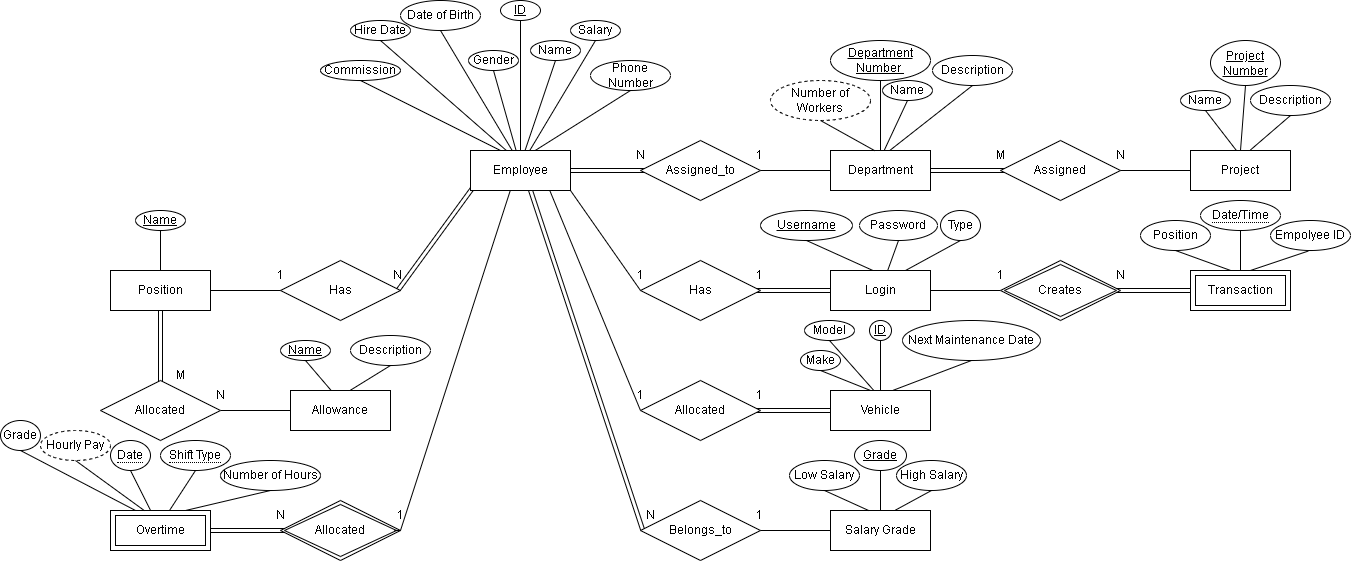
Above: Phase 1/ERD.drawio.png in AhmedElkhashn/DB-project (draw.io), before the change. Source tidied: cells renumbered, new cells last; positions are measured from the earlier drawing's top-left corner, leaving out a move shared by most shapes.
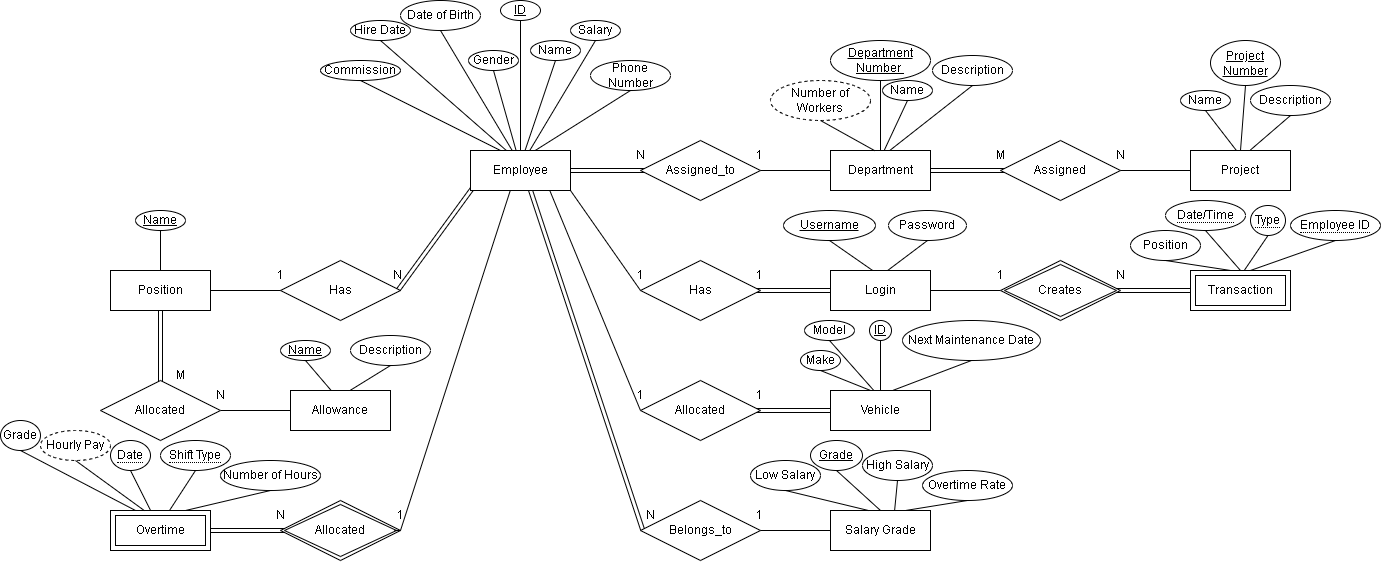
Later version of the same file.

Diff of the diagram source:
```diff
@@ -199,10 +199,10 @@
       <mxGeometry relative="1" as="geometry" />
     </mxCell>
     <mxCell id="62" value="Password" style="ellipse;whiteSpace=wrap;html=1;align=center;" parent="1" vertex="1">
-      <mxGeometry x="859" y="210" width="78" height="30" as="geometry" />
+      <mxGeometry x="888" y="210" width="78" height="30" as="geometry" />
     </mxCell>
     <mxCell id="63" value="Username" style="ellipse;whiteSpace=wrap;html=1;align=center;fontStyle=4;" parent="1" vertex="1">
-      <mxGeometry x="760" y="210" width="92" height="30" as="geometry" />
+      <mxGeometry x="783" y="210" width="92" height="30" as="geometry" />
     </mxCell>
     <mxCell id="64" style="endArrow=none;html=1;rounded=0;exitX=0.5;exitY=1;exitDx=0;exitDy=0;entryX=0.417;entryY=-0.008;entryDx=0;entryDy=0;entryPerimeter=0;" parent="1" edge="1" source="63" target="19">
       <mxGeometry relative="1" as="geometry" />
@@ -211,16 +211,16 @@
       <mxGeometry relative="1" as="geometry" />
     </mxCell>
     <mxCell id="66" value="Grade" style="ellipse;whiteSpace=wrap;html=1;align=center;fontStyle=4;" parent="1" vertex="1">
-      <mxGeometry x="854" y="440" width="52" height="30" as="geometry" />
+      <mxGeometry x="810" y="440" width="52" height="30" as="geometry" />
     </mxCell>
     <mxCell id="67" style="endArrow=none;html=1;rounded=0;exitX=0.5;exitY=1;exitDx=0;exitDy=0;entryX=0.5;entryY=0;entryDx=0;entryDy=0;" parent="1" edge="1" source="66" target="25">
       <mxGeometry relative="1" as="geometry" />
     </mxCell>
     <mxCell id="68" value="High Salary" style="ellipse;whiteSpace=wrap;html=1;align=center;" parent="1" vertex="1">
-      <mxGeometry x="896" y="460" width="70" height="30" as="geometry" />
+      <mxGeometry x="862" y="450" width="70" height="30" as="geometry" />
     </mxCell>
     <mxCell id="69" value="Low Salary" style="ellipse;whiteSpace=wrap;html=1;align=center;" parent="1" vertex="1">
-      <mxGeometry x="789" y="460" width="70" height="30" as="geometry" />
+      <mxGeometry x="750" y="460" width="70" height="30" as="geometry" />
     </mxCell>
     <mxCell id="70" style="endArrow=none;html=1;rounded=0;exitX=0.5;exitY=1;exitDx=0;exitDy=0;entryX=0.383;entryY=0.002;entryDx=0;entryDy=0;entryPerimeter=0;" parent="1" edge="1" source="69" target="25">
       <mxGeometry relative="1" as="geometry" />
@@ -250,14 +250,11 @@
         <mxPoint x="891.9" y="390.1" as="targetPoint" />
       </mxGeometry>
     </mxCell>
-    <mxCell id="78" value="Empolyee ID" style="ellipse;whiteSpace=wrap;html=1;align=center;" parent="1" vertex="1">
-      <mxGeometry x="1270" y="220" width="80" height="30" as="geometry" />
-    </mxCell>
     <mxCell id="79" value="Position" style="ellipse;whiteSpace=wrap;html=1;align=center;" parent="1" vertex="1">
-      <mxGeometry x="1140" y="220" width="70" height="30" as="geometry" />
+      <mxGeometry x="1130" y="230" width="70" height="30" as="geometry" />
     </mxCell>
     <mxCell id="80" value="&lt;span style=&quot;border-bottom: 1px dotted&quot;&gt;Date/Time&lt;/span&gt;" style="ellipse;whiteSpace=wrap;html=1;align=center;" parent="1" vertex="1">
-      <mxGeometry x="1200" y="200" width="80" height="30" as="geometry" />
+      <mxGeometry x="1165" y="200" width="80" height="30" as="geometry" />
     </mxCell>
     <mxCell id="81" style="endArrow=none;html=1;rounded=0;exitX=0.5;exitY=1;exitDx=0;exitDy=0;" parent="1" edge="1" source="80">
       <mxGeometry relative="1" as="geometry">
@@ -267,7 +264,7 @@
     <mxCell id="82" style="endArrow=none;html=1;rounded=0;exitX=0.5;exitY=1;exitDx=0;exitDy=0;entryX=0.402;entryY=0;entryDx=0;entryDy=0;entryPerimeter=0;" parent="1" edge="1" source="79" target="22">
       <mxGeometry relative="1" as="geometry" />
     </mxCell>
-    <mxCell id="83" style="endArrow=none;html=1;rounded=0;exitX=0.471;exitY=1.02;exitDx=0;exitDy=0;exitPerimeter=0;entryX=0.599;entryY=0;entryDx=0;entryDy=0;entryPerimeter=0;" parent="1" edge="1" source="78" target="22">
+    <mxCell id="83" style="endArrow=none;html=1;rounded=0;exitX=0.5;exitY=1;exitDx=0;exitDy=0;entryX=0.599;entryY=0;entryDx=0;entryDy=0;entryPerimeter=0;" parent="1" edge="1" source="131" target="22">
       <mxGeometry relative="1" as="geometry" />
     </mxCell>
     <mxCell id="84" value="Name" style="ellipse;whiteSpace=wrap;html=1;align=center;fontStyle=4;" parent="1" vertex="1">
@@ -406,11 +403,20 @@
     <mxCell id="127" style="endArrow=none;html=1;rounded=0;entryX=0.5;entryY=1;entryDx=0;entryDy=0;exitX=0.25;exitY=0;exitDx=0;exitDy=0;" parent="1" edge="1" source="30" target="126">
       <mxGeometry relative="1" as="geometry" />
     </mxCell>
+    <mxCell id="130" style="endArrow=none;html=1;rounded=0;exitX=0.5;exitY=1;exitDx=0;exitDy=0;entryX=0.54;entryY=-0.01;entryDx=0;entryDy=0;entryPerimeter=0;" parent="1" edge="1" source="128" target="22">
+      <mxGeometry relative="1" as="geometry" />
+    </mxCell>
-    <mxCell id="128" value="Type" style="ellipse;whiteSpace=wrap;html=1;align=center;" parent="1" vertex="1">
-      <mxGeometry x="940" y="210" width="40" height="30" as="geometry" />
+    <mxCell id="128" value="&lt;span style=&quot;border-bottom: 1px dotted&quot;&gt;Type&lt;/span&gt;" style="ellipse;whiteSpace=wrap;html=1;align=center;" parent="1" vertex="1">
+      <mxGeometry x="1250" y="205" width="35" height="30" as="geometry" />
     </mxCell>
-    <mxCell id="129" style="endArrow=none;html=1;rounded=0;exitX=0.75;exitY=0;exitDx=0;exitDy=0;entryX=0.5;entryY=1;entryDx=0;entryDy=0;" parent="1" edge="1" source="19" target="128">
-      <mxGeometry relative="1" as="geometry" />
-    </mxCell>
+    <mxCell id="131" value="&lt;span style=&quot;border-bottom: 1px dotted&quot;&gt;Employee ID&lt;/span&gt;" style="ellipse;whiteSpace=wrap;html=1;align=center;" parent="1" vertex="1">
+      <mxGeometry x="1290" y="210" width="90" height="30" as="geometry" />
+    </mxCell>
+    <mxCell id="132" value="Overtime Rate" style="ellipse;whiteSpace=wrap;html=1;align=center;" parent="1" vertex="1">
+      <mxGeometry x="922" y="470" width="90" height="30" as="geometry" />
+    </mxCell>
+    <mxCell id="133" style="endArrow=none;html=1;rounded=0;entryX=0.5;entryY=1;entryDx=0;entryDy=0;exitX=0.75;exitY=0;exitDx=0;exitDy=0;" parent="1" edge="1" source="25" target="132">
+      <mxGeometry relative="1" as="geometry" />
+    </mxCell>
   </root>
 </mxGraphModel>
```
